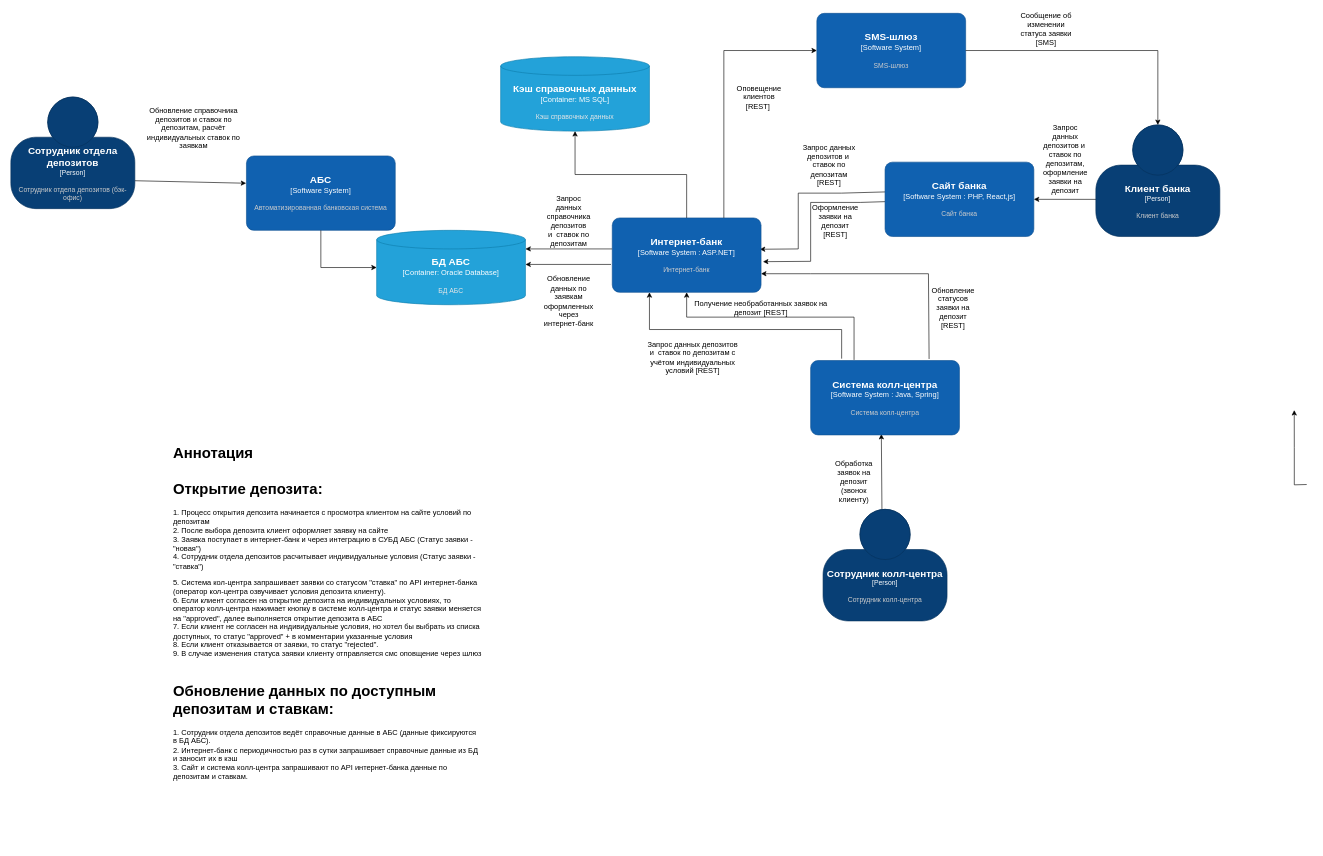
The draw.io diagram Task3/Диаграмма контекста.drawio in Laborant90/architecture-standart, before the edit. Source tidied: cells renumbered, new cells numbered last; positions are measured from the earlier drawing's top-left corner, leaving out a move shared by most shapes. Both pictures are drawn from the tidied source at 62%, with x=0, y=0 at pixel (11, 13).
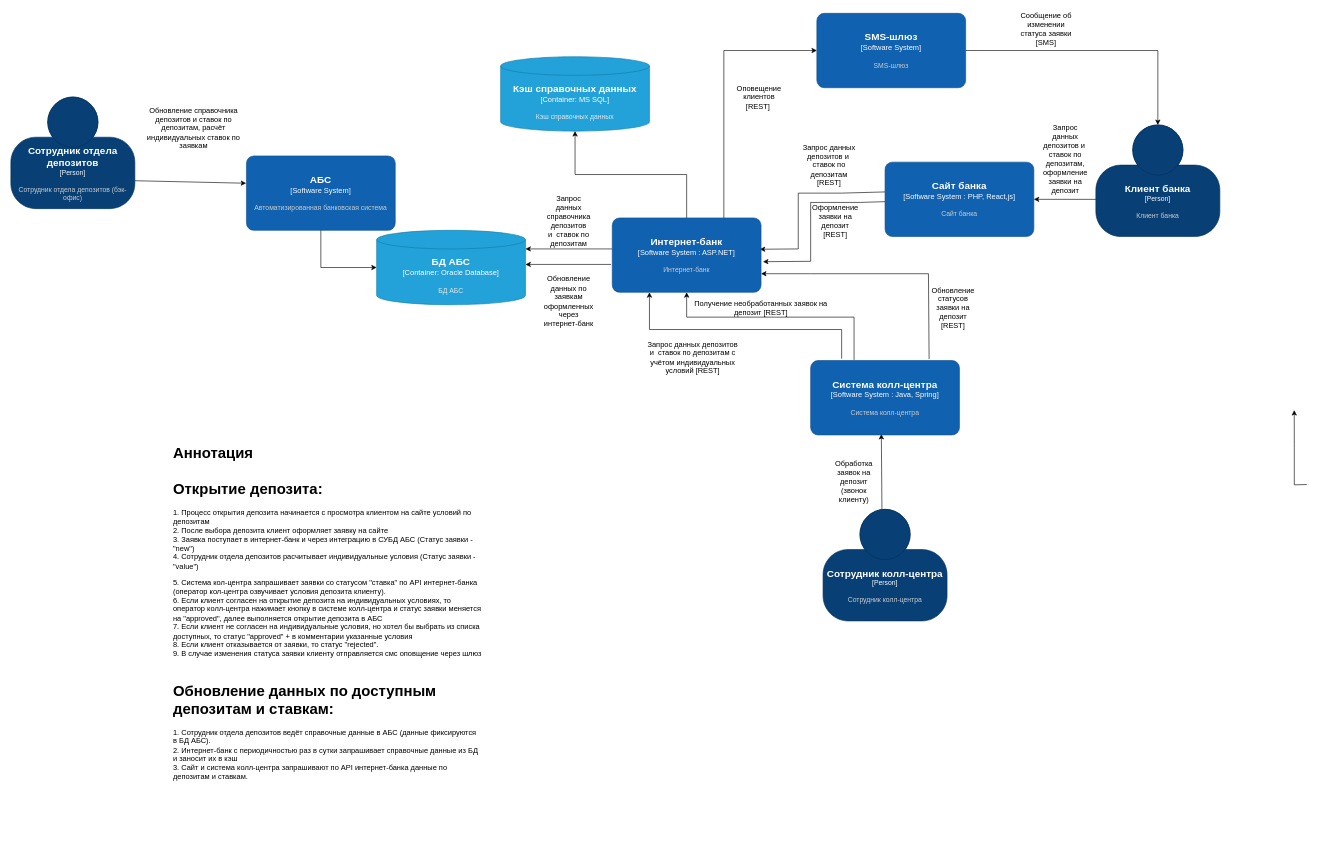
After the change.

Change to the diagram source:
```diff
@@
-    <mxCell id="22" value="&lt;h1 style=&quot;margin-top: 0px;&quot;&gt;Аннотация&lt;br&gt;&lt;br&gt;Открытие депозита:&lt;/h1&gt;&lt;p&gt;1. Процесс открытия депозита начинается с просмотра клиентом на сайте условий по депозитам&lt;br&gt;&lt;span style=&quot;background-color: transparent; color: light-dark(rgb(0, 0, 0), rgb(255, 255, 255));&quot;&gt;2. После выбора депозита клиент оформляет заявку на сайте&lt;br&gt;3. Заявка поступает в интернет-банк и через интеграцию в СУБД АБС&lt;/span&gt;&lt;span style=&quot;background-color: transparent; color: light-dark(rgb(0, 0, 0), rgb(255, 255, 255));&quot;&gt;&amp;nbsp;(Статус заявки - &quot;новая&quot;)&lt;br&gt;4. Сотрудник отдела депозитов расчитывает индивидуальные условия (Статус заявки - &quot;ставка&quot;)&lt;br&gt;&lt;/span&gt;&lt;/p&gt;&lt;p&gt;&lt;span style=&quot;background-color: transparent; color: light-dark(rgb(0, 0, 0), rgb(255, 255, 255));&quot;&gt;5. Система кол-центра запрашивает заявки со статусом &quot;ставка&quot; по API интернет-банка (оператор кол-центра озвучивает условия депозита клиенту).&lt;br&gt;6. Если клиент согласен на открытие депозита на индивидуальных условиях, то оператор колл-центра нажимает кнопку в системе колл-центра и статус заявки меняется на &quot;approved&quot;, далее выполняется открытие депозита в АБС&lt;br&gt;7. Если клиент не согласен на индивидуальные условия, но хотел бы выбрать из списка доступных, то статус &quot;approved&quot; + в комментарии указанные условия&lt;br&gt;8. Если клиент отказывается от заявки, то статус &quot;rejected&quot;.&lt;br&gt;9. В случае изменения статуса заявки клиенту отправляется смс оповщение через шлюз&lt;/span&gt;&lt;/p&gt;&lt;p&gt;&lt;span style=&quot;background-color: transparent; color: light-dark(rgb(0, 0, 0), rgb(255, 255, 255));&quot;&gt;&lt;br&gt;&lt;/span&gt;&lt;/p&gt;&lt;h1 style=&quot;margin-top: 0px;&quot;&gt;Обновление данных по доступным депозитам и ставкам:&lt;/h1&gt;&lt;p&gt;1.&amp;nbsp;&lt;span style=&quot;background-color: transparent; color: light-dark(rgb(0, 0, 0), rgb(255, 255, 255));&quot;&gt;Сотрудник отдела депозитов ведёт справочные данные в АБС (данные фиксируются в БД АБС).&lt;br&gt;2. Интернет-банк с периодичностью раз в сутки запрашивает справочные данные из БД и заносит их в кэш&lt;br&gt;3. Сайт и система колл-центра запрашивают по API интернет-банка данные по депозитам и ставкам.&lt;/span&gt;&lt;/p&gt;" style="text;html=1;whiteSpace=wrap;overflow=hidden;rounded=0;" parent="1" vertex="1">
+    <mxCell id="22" value="&lt;h1 style=&quot;margin-top: 0px;&quot;&gt;Аннотация&lt;br&gt;&lt;br&gt;Открытие депозита:&lt;/h1&gt;&lt;p&gt;1. Процесс открытия депозита начинается с просмотра клиентом на сайте условий по депозитам&lt;br&gt;&lt;span style=&quot;background-color: transparent; color: light-dark(rgb(0, 0, 0), rgb(255, 255, 255));&quot;&gt;2. После выбора депозита клиент оформляет заявку на сайте&lt;br&gt;3. Заявка поступает в интернет-банк и через интеграцию в СУБД АБС&lt;/span&gt;&lt;span style=&quot;background-color: transparent; color: light-dark(rgb(0, 0, 0), rgb(255, 255, 255));&quot;&gt;&amp;nbsp;(Статус заявки - &quot;new&quot;)&lt;br&gt;4. Сотрудник отдела депозитов расчитывает индивидуальные условия (Статус заявки - &quot;value&quot;)&lt;br&gt;&lt;/span&gt;&lt;/p&gt;&lt;p&gt;&lt;span style=&quot;background-color: transparent; color: light-dark(rgb(0, 0, 0), rgb(255, 255, 255));&quot;&gt;5. Система кол-центра запрашивает заявки со статусом &quot;ставка&quot; по API интернет-банка (оператор кол-центра озвучивает условия депозита клиенту).&lt;br&gt;6. Если клиент согласен на открытие депозита на индивидуальных условиях, то оператор колл-центра нажимает кнопку в системе колл-центра и статус заявки меняется на &quot;approved&quot;, далее выполняется открытие депозита в АБС&lt;br&gt;7. Если клиент не согласен на индивидуальные условия, но хотел бы выбрать из списка доступных, то статус &quot;approved&quot; + в комментарии указанные условия&lt;br&gt;8. Если клиент отказывается от заявки, то статус &quot;rejected&quot;.&lt;br&gt;9. В случае изменения статуса заявки клиенту отправляется смс оповщение через шлюз&lt;/span&gt;&lt;/p&gt;&lt;p&gt;&lt;span style=&quot;background-color: transparent; color: light-dark(rgb(0, 0, 0), rgb(255, 255, 255));&quot;&gt;&lt;br&gt;&lt;/span&gt;&lt;/p&gt;&lt;h1 style=&quot;margin-top: 0px;&quot;&gt;Обновление данных по доступным депозитам и ставкам:&lt;/h1&gt;&lt;p&gt;1.&amp;nbsp;&lt;span style=&quot;background-color: transparent; color: light-dark(rgb(0, 0, 0), rgb(255, 255, 255));&quot;&gt;Сотрудник отдела депозитов ведёт справочные данные в АБС (данные фиксируются в БД АБС).&lt;br&gt;2. Интернет-банк с периодичностью раз в сутки запрашивает справочные данные из БД и заносит их в кэш&lt;br&gt;3. Сайт и система колл-центра запрашивают по API интернет-банка данные по депозитам и ставкам.&lt;/span&gt;&lt;/p&gt;" style="text;html=1;whiteSpace=wrap;overflow=hidden;rounded=0;" parent="1" vertex="1">
       <mxGeometry x="260" y="689" width="500" height="650" as="geometry" />
     </mxCell>
```
